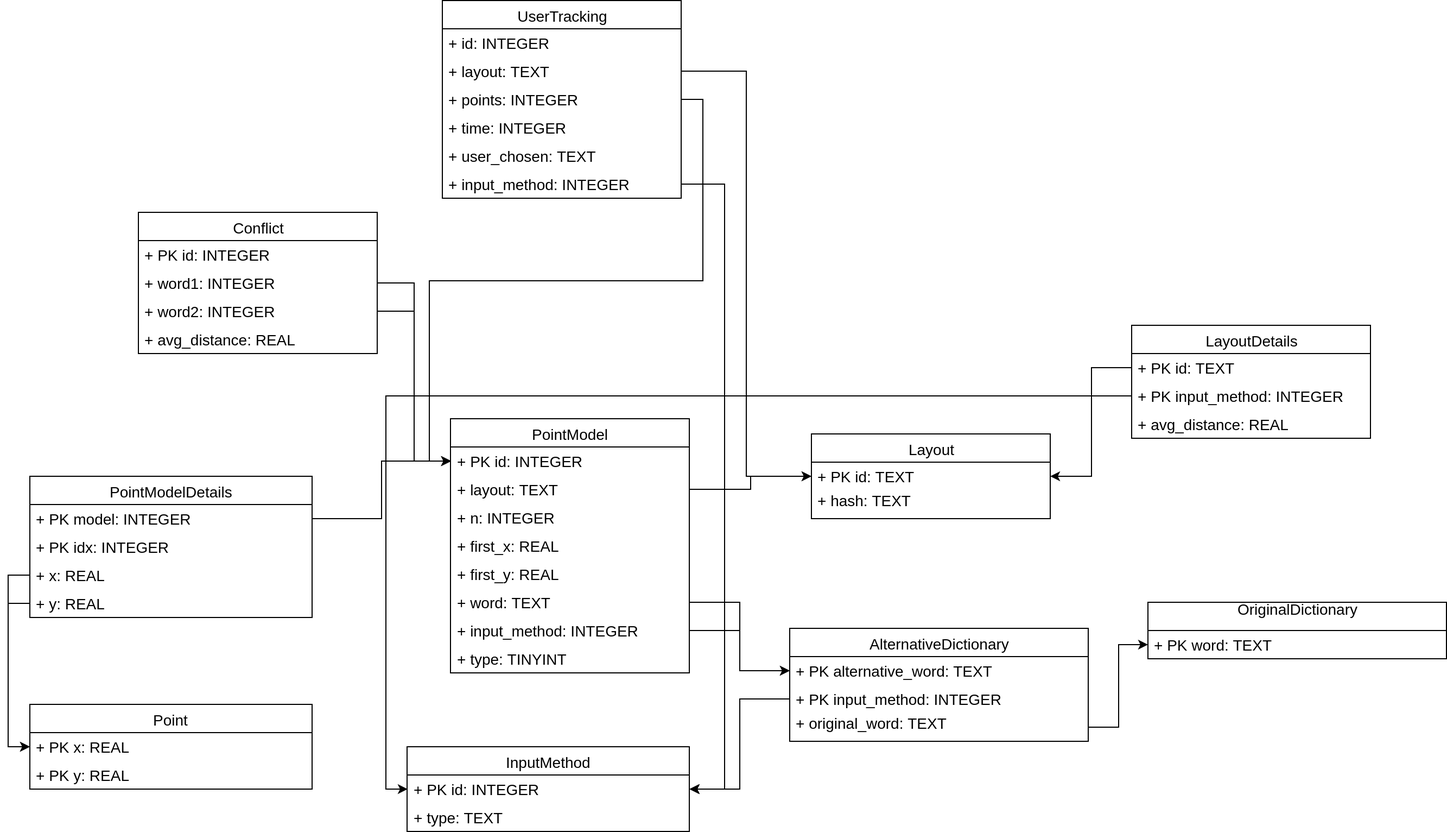
Before: serverDB.png, a diagram exported from draw.io (tienlocbui1110/Kele). Source tidied: cells renumbered, new cells last; positions are measured from the earlier drawing's top-left corner, leaving out a move shared by most shapes.
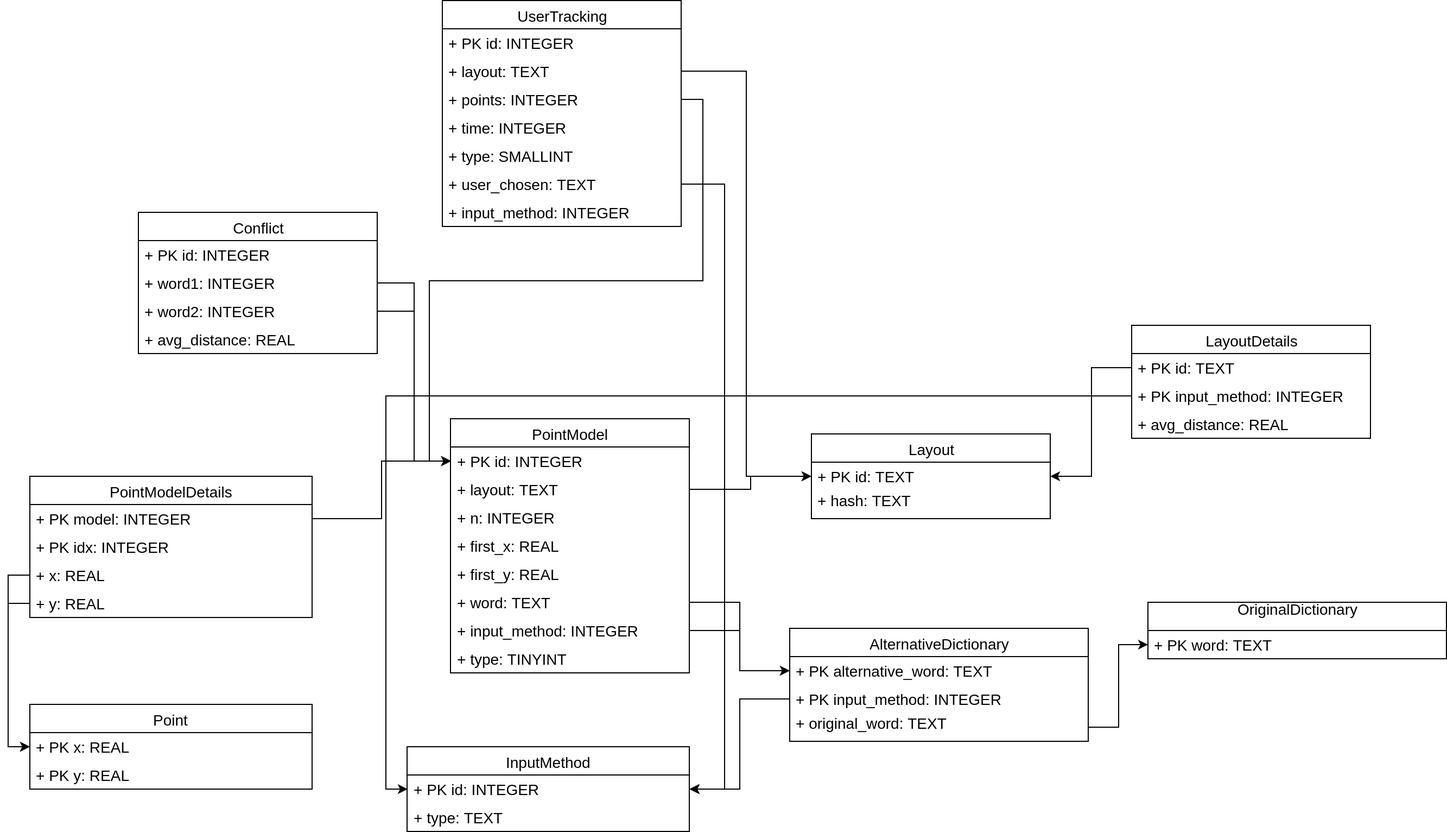
After the commit.

What changed in the source:
```diff
@@ -114,9 +114,9 @@
       <mxGeometry relative="1" as="geometry" />
     </mxCell>
     <mxCell id="39" value="UserTracking&lt;br&gt;" style="swimlane;fontStyle=0;horizontal=1;startSize=26;fillColor=none;fontSize=14;verticalAlign=middle;align=center;swimlaneLine=1;whiteSpace=wrap;html=1;" parent="1" vertex="1">
-      <mxGeometry x="380" width="220" height="182" as="geometry" />
+      <mxGeometry x="380" width="220" height="208" as="geometry" />
     </mxCell>
-    <mxCell id="40" value="+ id: INTEGER&lt;br&gt;" style="text;strokeColor=none;fillColor=none;align=left;verticalAlign=middle;spacingLeft=4;spacingRight=4;overflow=hidden;fontSize=14;html=1;" parent="39" vertex="1">
+    <mxCell id="40" value="+ PK id: INTEGER&lt;br&gt;" style="text;strokeColor=none;fillColor=none;align=left;verticalAlign=middle;spacingLeft=4;spacingRight=4;overflow=hidden;fontSize=14;html=1;" parent="39" vertex="1">
       <mxGeometry y="26" width="220" height="26" as="geometry" />
     </mxCell>
     <mxCell id="41" value="+ layout: TEXT&lt;br&gt;" style="text;strokeColor=none;fillColor=none;align=left;verticalAlign=middle;spacingLeft=4;spacingRight=4;overflow=hidden;points=[[0,0.5],[1,0.5]];portConstraint=eastwest;fontSize=14;html=1;" parent="39" vertex="1">
@@ -128,11 +128,14 @@
     <mxCell id="43" value="+ time: INTEGER&lt;br&gt;" style="text;strokeColor=none;fillColor=none;align=left;verticalAlign=middle;spacingLeft=4;spacingRight=4;overflow=hidden;fontSize=14;html=1;" parent="39" vertex="1">
       <mxGeometry y="104" width="220" height="26" as="geometry" />
     </mxCell>
+    <mxCell id="62" value="+ type: SMALLINT&lt;br&gt;" style="text;strokeColor=none;fillColor=none;align=left;verticalAlign=middle;spacingLeft=4;spacingRight=4;overflow=hidden;fontSize=14;html=1;" parent="39" vertex="1">
+      <mxGeometry y="130" width="220" height="26" as="geometry" />
+    </mxCell>
     <mxCell id="44" value="+ user_chosen: TEXT&lt;br&gt;" style="text;strokeColor=none;fillColor=none;align=left;verticalAlign=middle;spacingLeft=4;spacingRight=4;overflow=hidden;fontSize=14;html=1;" parent="39" vertex="1">
-      <mxGeometry y="130" width="220" height="26" as="geometry" />
+      <mxGeometry y="156" width="220" height="26" as="geometry" />
     </mxCell>
     <mxCell id="45" value="+ input_method: INTEGER&lt;br&gt;" style="text;strokeColor=none;fillColor=none;align=left;verticalAlign=middle;spacingLeft=4;spacingRight=4;overflow=hidden;points=[[0,0.5],[1,0.5]];portConstraint=eastwest;fontSize=14;html=1;" parent="39" vertex="1">
-      <mxGeometry y="156" width="220" height="26" as="geometry" />
+      <mxGeometry y="182" width="220" height="26" as="geometry" />
     </mxCell>
     <mxCell id="46" style="edgeStyle=orthogonalEdgeStyle;rounded=0;jettySize=auto;html=1;entryX=0;entryY=0.5;entryDx=0;entryDy=0;" parent="1" edge="1" source="41" target="3">
       <mxGeometry relative="1" as="geometry" />
```
